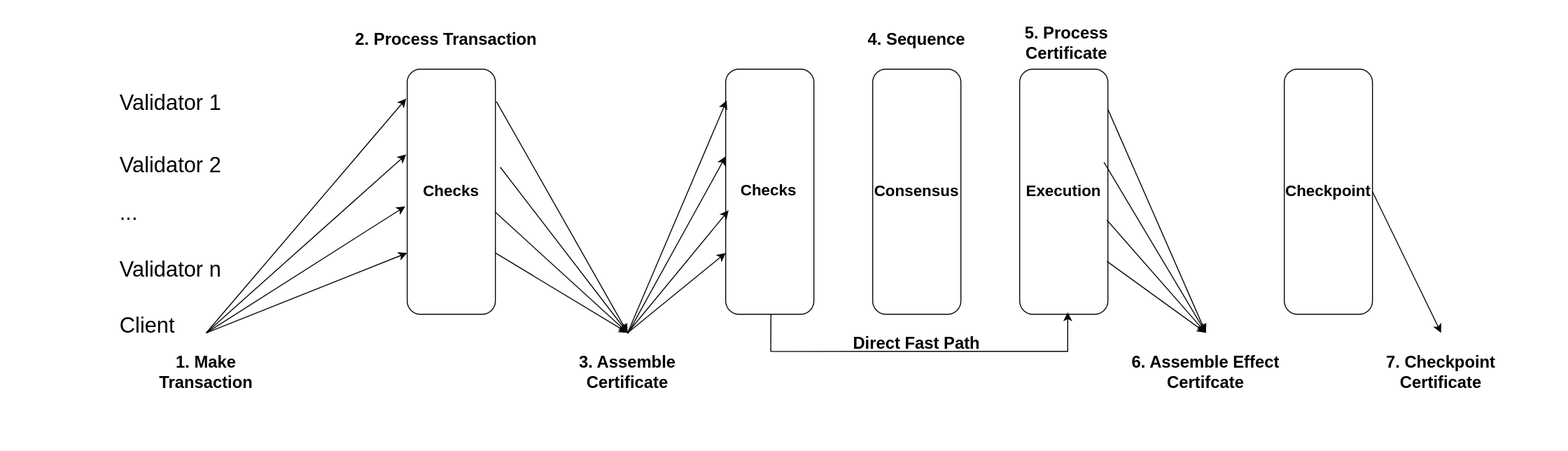
iotaledger/iota keeps this draw.io diagram as docs/site/static/img/about-iota/iota-architecture/TransactionLifeCycle.svg. Above is the earlier version. Source tidied: cells renumbered, new cells last; positions are measured from the earlier drawing's top-left corner, leaving out a move shared by most shapes.
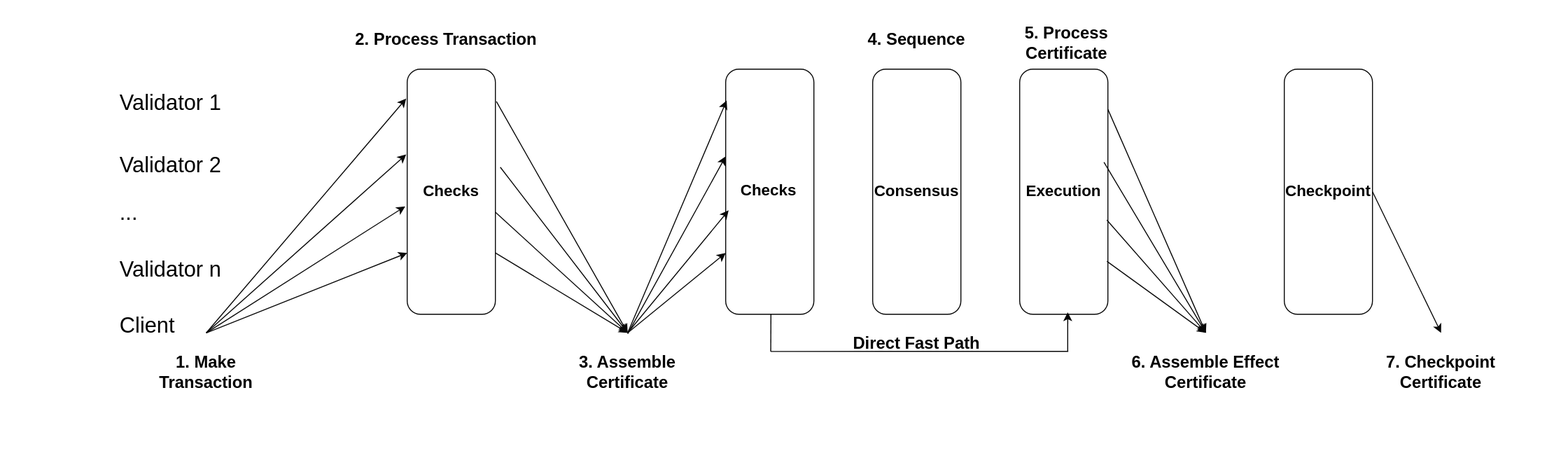
The same file after the commit.

What changed in the source:
```diff
@@ -75,7 +75,7 @@
     <mxCell id="22" value="&lt;h1 style=&quot;font-size: 17px;&quot;&gt;5. Process Certificate&lt;/h1&gt;" style="text;html=1;align=center;verticalAlign=middle;whiteSpace=wrap;rounded=0;fontSize=17;fontColor=#000000;" parent="2" vertex="1">
       <mxGeometry x="1028" y="-7" width="120" height="81" as="geometry" />
     </mxCell>
-    <mxCell id="23" value="&lt;h1 style=&quot;font-size: 17px;&quot;&gt;6. Assemble Effect Certifcate&lt;/h1&gt;" style="text;html=1;align=center;verticalAlign=middle;whiteSpace=wrap;rounded=0;fontSize=17;fontColor=#000000;" parent="2" vertex="1">
+    <mxCell id="23" value="&lt;h1 style=&quot;font-size: 17px;&quot;&gt;6. Assemble Effect Certificate&lt;/h1&gt;" style="text;html=1;align=center;verticalAlign=middle;whiteSpace=wrap;rounded=0;fontSize=17;fontColor=#000000;" parent="2" vertex="1">
       <mxGeometry x="1130" y="329" width="200" height="81" as="geometry" />
     </mxCell>
     <mxCell id="24" value="&lt;h1 style=&quot;font-size: 17px;&quot;&gt;7. Checkpoint Certificate&lt;/h1&gt;" style="text;html=1;align=center;verticalAlign=middle;whiteSpace=wrap;rounded=0;fontSize=17;fontColor=#000000;" parent="2" vertex="1">
```
